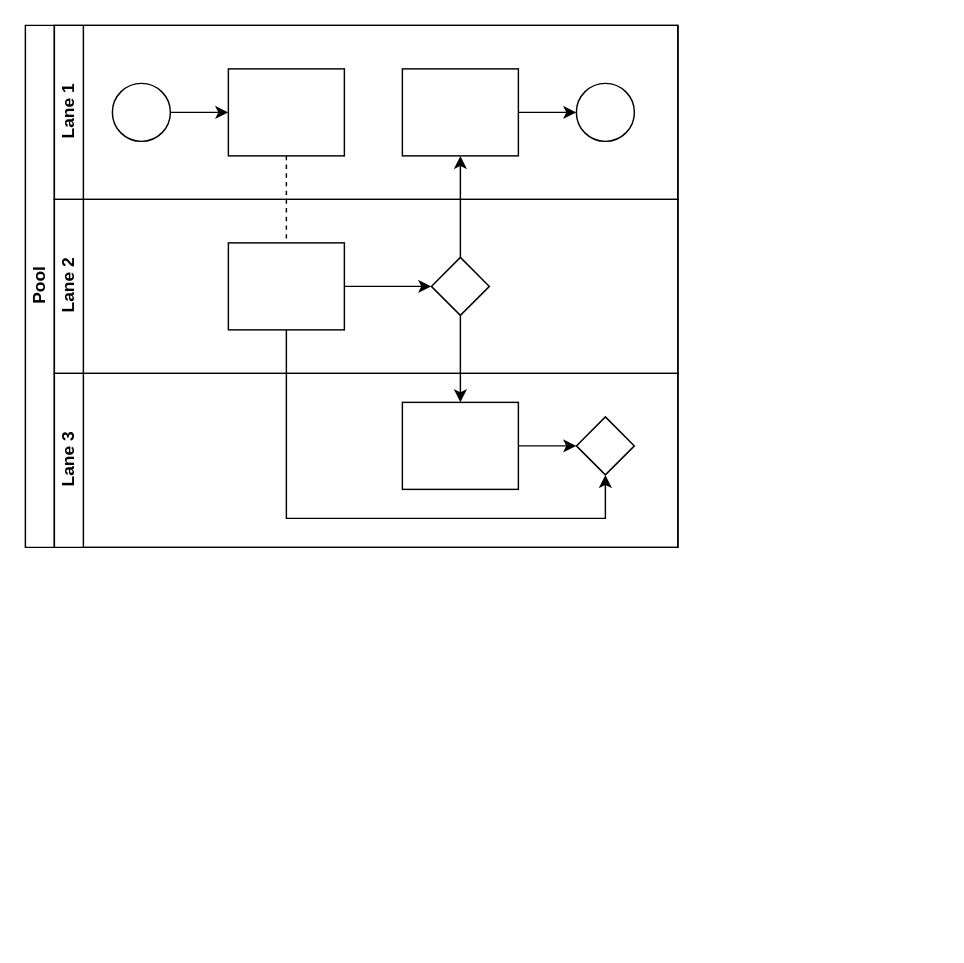
This is 未命名绘图.drawio from struggle3014/Tools, a draw.io file, before an edit. Source tidied: cells renumbered, new cells numbered last; positions are measured from the earlier drawing's top-left corner, leaving out a move shared by most shapes. Both pictures are drawn from the tidied source at 145%, with x=0, y=0 at pixel (25, 25).
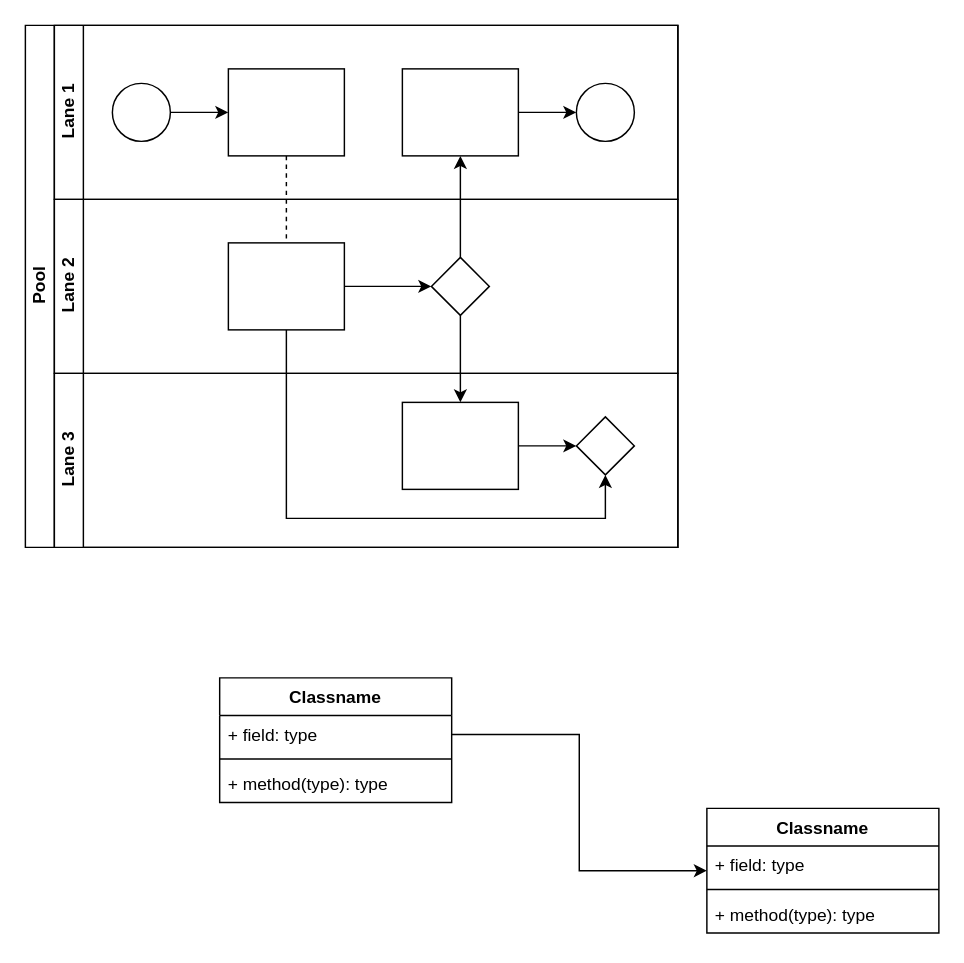
The same diagram, later.

Diff of the diagram source:
```diff
@@
+    <mxCell id="22" value="Classname" style="swimlane;fontStyle=1;align=center;verticalAlign=top;horizontal=1;startSize=26;whiteSpace=wrap;html=1;" parent="1" vertex="1">
+      <mxGeometry x="134" y="450" width="160" height="86" as="geometry" />
+    </mxCell>
+    <mxCell id="23" value="+ field: type" style="text;strokeColor=none;fillColor=none;align=left;verticalAlign=top;spacingLeft=4;spacingRight=4;overflow=hidden;points=[[0,0.5],[1,0.5]];portConstraint=eastwest;whiteSpace=wrap;html=1;" parent="22" vertex="1">
+      <mxGeometry y="26" width="160" height="26" as="geometry" />
+    </mxCell>
+    <mxCell id="24" style="line;strokeWidth=1;fillColor=none;align=left;verticalAlign=middle;spacingTop=-1;spacingLeft=3;spacingRight=3;labelPosition=right;strokeColor=inherit;" parent="22" vertex="1">
+      <mxGeometry y="52" width="160" height="8" as="geometry" />
+    </mxCell>
+    <mxCell id="25" value="+ method(type): type" style="text;strokeColor=none;fillColor=none;align=left;verticalAlign=top;spacingLeft=4;spacingRight=4;overflow=hidden;whiteSpace=wrap;html=1;" parent="22" vertex="1">
+      <mxGeometry y="60" width="160" height="26" as="geometry" />
+    </mxCell>
+    <mxCell id="26" value="Classname" style="swimlane;fontStyle=1;align=center;verticalAlign=top;horizontal=1;startSize=26;whiteSpace=wrap;html=1;" parent="1" vertex="1">
+      <mxGeometry x="470" y="540" width="160" height="86" as="geometry" />
+    </mxCell>
+    <mxCell id="27" value="+ field: type" style="text;strokeColor=none;fillColor=none;align=left;verticalAlign=top;spacingLeft=4;spacingRight=4;overflow=hidden;whiteSpace=wrap;html=1;" parent="26" vertex="1">
+      <mxGeometry y="26" width="160" height="26" as="geometry" />
+    </mxCell>
+    <mxCell id="28" style="line;strokeWidth=1;fillColor=none;align=left;verticalAlign=middle;spacingTop=-1;spacingLeft=3;spacingRight=3;labelPosition=right;strokeColor=inherit;" parent="26" vertex="1">
+      <mxGeometry y="52" width="160" height="8" as="geometry" />
+    </mxCell>
+    <mxCell id="29" value="+ method(type): type" style="text;strokeColor=none;fillColor=none;align=left;verticalAlign=top;spacingLeft=4;spacingRight=4;overflow=hidden;whiteSpace=wrap;html=1;" parent="26" vertex="1">
+      <mxGeometry y="60" width="160" height="26" as="geometry" />
+    </mxCell>
+    <mxCell id="30" style="edgeStyle=orthogonalEdgeStyle;rounded=0;jettySize=auto;html=1;exitX=1;exitY=0.5;exitDx=0;exitDy=0;entryX=0;entryY=0.5;entryDx=0;entryDy=0;" parent="1" edge="1" source="23" target="26">
+      <mxGeometry relative="1" as="geometry" />
+    </mxCell>
```
